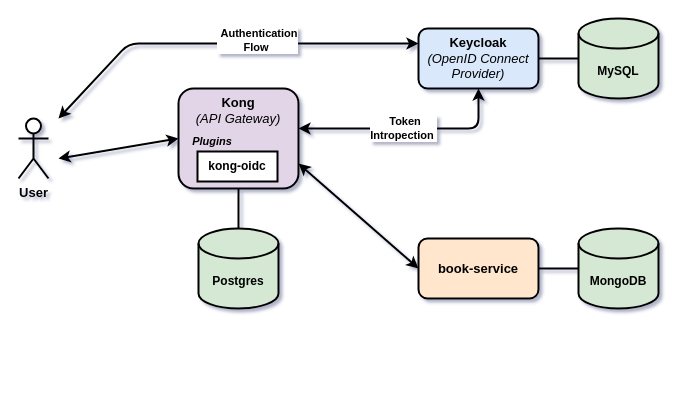
Earlier version of the draw.io diagram documentation/project-diagram.drawio (ivangfr/springboot-kong-keycloak). Source tidied: cells renumbered, new cells numbered last; positions are measured from the earlier drawing's top-left corner, leaving out a move shared by most shapes. Both pictures are drawn from the tidied source at 100%, with x=0, y=0 at pixel (18, 18).
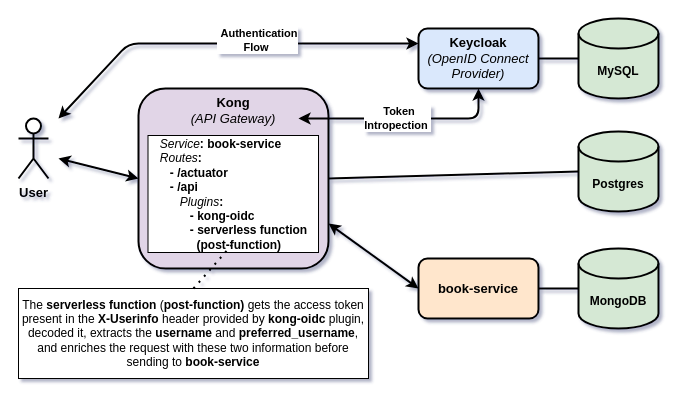
After the change.

Commit message (it also covers changes not shown here):
project update - add serverless function (post-function) that enriches the request that arrives to book-service; - remove decode logic in book-service; - update README.

The change refers to these unchanged cells:
```xml
<mxCell id="4" value="&lt;font style=&quot;font-size: 13px&quot;&gt;&lt;b&gt;Keycloak&lt;/b&gt;&lt;br&gt;&lt;i&gt;(OpenID Connect&lt;br&gt;Provider)&lt;/i&gt;&lt;br&gt;&lt;/font&gt;" style="rounded=1;whiteSpace=wrap;html=1;strokeWidth=2;fillColor=#dae8fc;" parent="1" vertex="1">
  <mxGeometry x="400" y="10" width="120" height="60" as="geometry" />
</mxCell>
```

The edit, as a diff of the source:
```diff
@@
     <mxCell id="2" value="&lt;font style=&quot;font-size: 13px&quot;&gt;&lt;b&gt;book-service&lt;/b&gt;&lt;/font&gt;" style="rounded=1;whiteSpace=wrap;html=1;strokeWidth=2;fillColor=#ffe6cc;" parent="1" vertex="1">
-      <mxGeometry x="400" y="220" width="120" height="60" as="geometry" />
+      <mxGeometry x="400" y="240" width="120" height="60" as="geometry" />
     </mxCell>
     <mxCell id="3" value="&lt;font style=&quot;font-size: 13px&quot;&gt;&lt;b&gt;Kong&lt;/b&gt;&lt;br&gt;&lt;i&gt;(API Gateway)&lt;/i&gt;&lt;br&gt;&lt;/font&gt;" style="rounded=1;whiteSpace=wrap;html=1;strokeWidth=2;horizontal=1;verticalAlign=top;fillColor=#e1d5e7;" parent="1" vertex="1">
-      <mxGeometry x="160" y="70" width="120" height="100" as="geometry" />
+      <mxGeometry x="120" y="70" width="190" height="180" as="geometry" />
     </mxCell>
@@
     <mxCell id="5" value="&lt;b&gt;MongoDB&lt;/b&gt;" style="shape=cylinder3;whiteSpace=wrap;html=1;boundedLbl=1;backgroundOutline=1;size=15;strokeWidth=2;fillColor=#d5e8d4;" parent="1" vertex="1">
-      <mxGeometry x="560" y="210" width="80" height="80" as="geometry" />
+      <mxGeometry x="560" y="230" width="80" height="80" as="geometry" />
     </mxCell>
     <mxCell id="6" value="&lt;b&gt;Postgres&lt;/b&gt;" style="shape=cylinder3;whiteSpace=wrap;html=1;boundedLbl=1;backgroundOutline=1;size=15;strokeWidth=2;fillColor=#d5e8d4;" parent="1" vertex="1">
-      <mxGeometry x="180" y="210" width="80" height="80" as="geometry" />
+      <mxGeometry x="560" y="113" width="80" height="80" as="geometry" />
     </mxCell>
@@
-    <mxCell id="10" value="&lt;font style=&quot;font-size: 11px&quot;&gt;&lt;i style=&quot;font-size: 11px;&quot;&gt;Plugins&lt;/i&gt;&lt;/font&gt;" style="text;html=1;strokeColor=none;fillColor=none;align=center;verticalAlign=middle;whiteSpace=wrap;rounded=0;fontSize=11;fontStyle=1;" parent="1" vertex="1">
-      <mxGeometry x="174" y="113" width="40" height="20" as="geometry" />
-    </mxCell>
@@
     <mxCell id="13" style="endArrow=classic;html=1;fontSize=11;strokeWidth=2;entryX=0.5;entryY=1;entryDx=0;entryDy=0;startArrow=classic;startFill=1;" parent="1" edge="1" target="4">
       <mxGeometry relative="1" as="geometry">
-        <mxPoint x="280" y="110" as="sourcePoint" />
+        <mxPoint x="280" y="100" as="sourcePoint" />
         <Array as="points">
-          <mxPoint x="460" y="110" />
+          <mxPoint x="460" y="100" />
         </Array>
       </mxGeometry>
     </mxCell>
@@
-    <mxCell id="17" value="&lt;b&gt;kong-oidc&lt;/b&gt;" style="rounded=0;whiteSpace=wrap;html=1;strokeWidth=2;verticalAlign=middle;" parent="1" vertex="1">
-      <mxGeometry x="179" y="133" width="80" height="30" as="geometry" />
-    </mxCell>
@@
-    <mxCell id="19" style="endArrow=none;html=1;fontSize=11;strokeWidth=2;entryX=0.5;entryY=1;entryDx=0;entryDy=0;exitX=0.5;exitY=0;exitDx=0;exitDy=0;exitPerimeter=0;" parent="1" edge="1" source="6" target="3">
+    <mxCell id="19" style="endArrow=none;html=1;fontSize=11;strokeWidth=2;entryX=1;entryY=0.5;entryDx=0;entryDy=0;exitX=0;exitY=0.5;exitDx=0;exitDy=0;exitPerimeter=0;" parent="1" edge="1" source="6" target="3">
       <mxGeometry relative="1" as="geometry" />
     </mxCell>
+    <mxCell id="20" value="&lt;div style=&quot;text-align: left&quot;&gt;&lt;i&gt;Service&lt;/i&gt;&lt;b&gt;: book-service&lt;/b&gt;&lt;/div&gt;&lt;div style=&quot;text-align: left&quot;&gt;&lt;i&gt;Routes&lt;/i&gt;&lt;b&gt;:&lt;/b&gt;&lt;/div&gt;&lt;div style=&quot;text-align: left&quot;&gt;&lt;span&gt;&lt;b&gt;&amp;nbsp; &amp;nbsp;- /actuator&lt;/b&gt;&lt;/span&gt;&lt;/div&gt;&lt;div style=&quot;text-align: left&quot;&gt;&lt;span&gt;&lt;b&gt;&amp;nbsp; &amp;nbsp;- /api&lt;/b&gt;&lt;/span&gt;&lt;/div&gt;&lt;div style=&quot;text-align: left&quot;&gt;&lt;b&gt;&amp;nbsp; &amp;nbsp; &amp;nbsp; &lt;/b&gt;&lt;i&gt;Plugins&lt;/i&gt;&lt;b&gt;:&lt;/b&gt;&lt;/div&gt;&lt;div style=&quot;text-align: left&quot;&gt;&lt;span&gt;&lt;b&gt;&amp;nbsp; &amp;nbsp; &amp;nbsp; &amp;nbsp; &amp;nbsp;- kong-oidc&lt;/b&gt;&lt;/span&gt;&lt;/div&gt;&lt;div style=&quot;text-align: left&quot;&gt;&lt;span&gt;&lt;b&gt;&amp;nbsp; &amp;nbsp; &amp;nbsp; &amp;nbsp; &amp;nbsp;- serverless function&lt;/b&gt;&lt;/span&gt;&lt;/div&gt;&lt;div style=&quot;text-align: left&quot;&gt;&lt;span&gt;&lt;b&gt;&amp;nbsp; &amp;nbsp; &amp;nbsp; &amp;nbsp; &amp;nbsp; &amp;nbsp;(post-function)&lt;/b&gt;&lt;/span&gt;&lt;/div&gt;" style="rounded=0;whiteSpace=wrap;html=1;" parent="1" vertex="1">
+      <mxGeometry x="129.5" y="117" width="170.5" height="117" as="geometry" />
+    </mxCell>
+    <mxCell id="21" value="The &lt;b&gt;serverless function&lt;/b&gt; (&lt;b&gt;post-function)&lt;/b&gt; gets the access token present in the &lt;b&gt;X-Userinfo&lt;/b&gt; header provided by &lt;b&gt;kong-oidc&lt;/b&gt; plugin, decoded it, extracts the &lt;b&gt;username&lt;/b&gt; and &lt;b&gt;preferred_username&lt;/b&gt;, and enriches&amp;nbsp;the request with these two information before sending to &lt;b&gt;book-service&lt;/b&gt;" style="rounded=0;whiteSpace=wrap;html=1;align=center;" parent="1" vertex="1">
+      <mxGeometry y="270" width="350" height="90" as="geometry" />
+    </mxCell>
+    <mxCell id="22" style="endArrow=none;dashed=1;html=1;dashPattern=1 3;strokeWidth=2;rounded=0;entryX=0.504;entryY=0.915;entryDx=0;entryDy=0;entryPerimeter=0;exitX=0.5;exitY=0;exitDx=0;exitDy=0;" parent="1" edge="1" source="21" target="20">
+      <mxGeometry relative="1" as="geometry" />
+    </mxCell>
```
